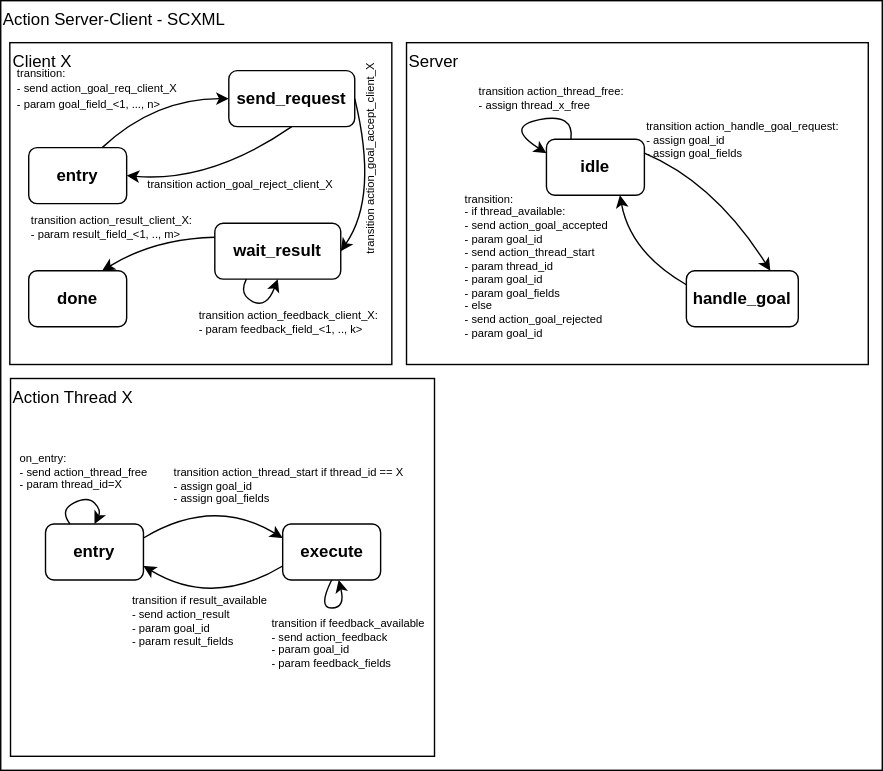
The draw.io diagram docs/source/graphics/ros_action_to_scxml.drawio.svg in convince-project/AS2FM, before a commit. Source tidied: cells renumbered, new cells last; positions are measured from the earlier drawing's top-left corner, leaving out a move shared by most shapes.
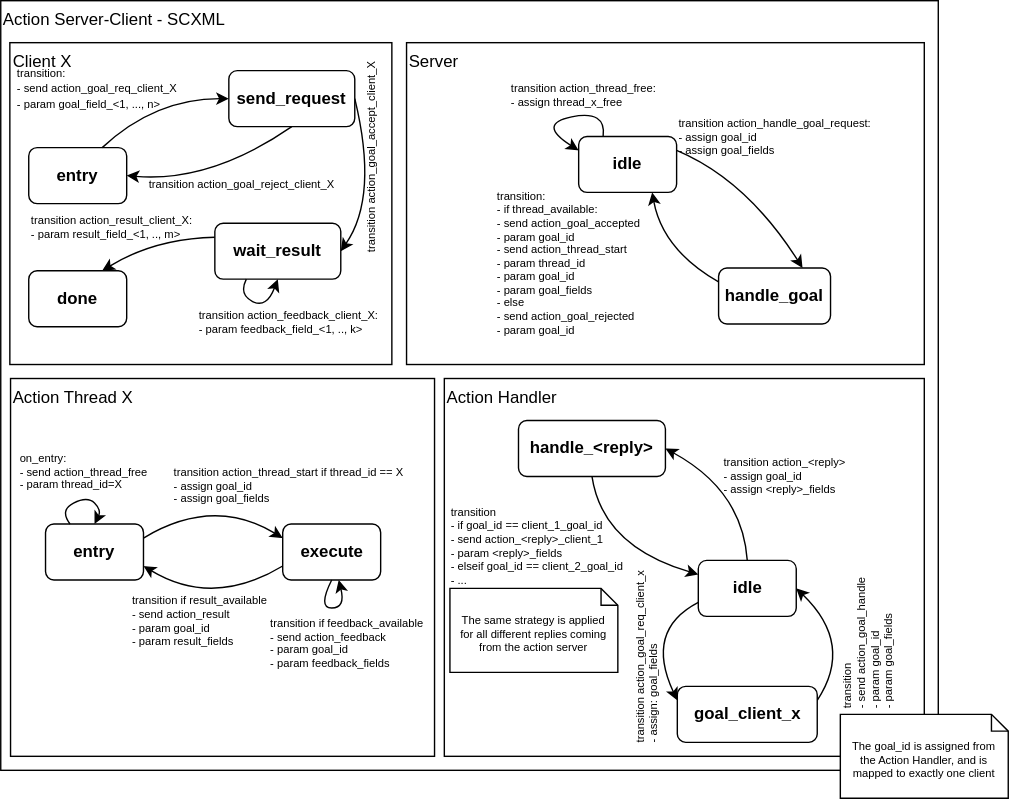
Later version of the same file.

Commit message:
Complete overview of action conversion to plain scxml

What changed in the source:
```diff
@@ -3,12 +3,12 @@
     <mxCell id="0" />
     <mxCell id="1" parent="0" />
     <mxCell id="2" value="Action Server-Client - SCXML" style="rounded=0;whiteSpace=wrap;html=1;labelPosition=center;verticalLabelPosition=middle;align=left;verticalAlign=top;" parent="1" vertex="1">
-      <mxGeometry width="630" height="550" as="geometry" />
+      <mxGeometry width="670" height="550" as="geometry" />
     </mxCell>
     <mxCell id="3" value="Action Thread X" style="rounded=0;whiteSpace=wrap;html=1;labelPosition=center;verticalLabelPosition=middle;align=left;verticalAlign=top;" parent="1" vertex="1">
       <mxGeometry x="7" y="270" width="303" height="270" as="geometry" />
     </mxCell>
-    <mxCell id="4" value="&lt;span style=&quot;&quot;&gt;transition srv_x_req_cllient_2&lt;/span&gt;&lt;br style=&quot;&quot;&gt;&lt;span style=&quot;&quot;&gt;- send srv_x_req&lt;/span&gt;&lt;br style=&quot;&quot;&gt;&lt;div style=&quot;&quot;&gt;&amp;nbsp; - param req_field_&amp;lt;1, ..., n&amp;gt;&lt;/div&gt;" style="edgeStyle=none;curved=1;html=1;exitX=0.75;exitY=0;exitDx=0;exitDy=0;entryX=0.25;entryY=0;entryDx=0;entryDy=0;fontSize=9;align=left;" parent="1" edge="1" target="x">
+    <mxCell id="4" value="&lt;span style=&quot;&quot;&gt;transition srv_x_req_cllient_2&lt;/span&gt;&lt;br style=&quot;&quot;&gt;&lt;span style=&quot;&quot;&gt;- send srv_x_req&lt;/span&gt;&lt;br style=&quot;&quot;&gt;&lt;div style=&quot;&quot;&gt;&amp;nbsp; - param req_field_&amp;lt;1, ..., n&amp;gt;&lt;/div&gt;" style="edgeStyle=none;curved=1;html=1;exitX=0.75;exitY=0;exitDx=0;exitDy=0;entryX=0.25;entryY=0;entryDx=0;entryDy=0;fontSize=9;align=left;" parent="1" edge="1">
       <mxGeometry x="-0.57" y="27" relative="1" as="geometry">
         <mxPoint x="332" y="339" as="sourcePoint" />
         <Array as="points">
@@ -16,7 +16,7 @@
         </Array>
       </mxGeometry>
     </mxCell>
-    <mxCell id="5" value="transition srv_x_req_cllient_1&lt;br&gt;- send srv_x_req&lt;br&gt;&lt;div style=&quot;&quot;&gt;&amp;nbsp; - param req_field_&amp;lt;1, ..., n&amp;gt;&lt;/div&gt;" style="edgeStyle=none;curved=1;html=1;exitX=0.25;exitY=0;exitDx=0;exitDy=0;entryX=0.75;entryY=0;entryDx=0;entryDy=0;fontSize=9;align=left;" parent="1" edge="1" target="x">
+    <mxCell id="5" value="transition srv_x_req_cllient_1&lt;br&gt;- send srv_x_req&lt;br&gt;&lt;div style=&quot;&quot;&gt;&amp;nbsp; - param req_field_&amp;lt;1, ..., n&amp;gt;&lt;/div&gt;" style="edgeStyle=none;curved=1;html=1;exitX=0.25;exitY=0;exitDx=0;exitDy=0;entryX=0.75;entryY=0;entryDx=0;entryDy=0;fontSize=9;align=left;" parent="1" edge="1">
       <mxGeometry x="0.52" y="-26" relative="1" as="geometry">
         <mxPoint x="297" y="339" as="sourcePoint" />
         <Array as="points">
@@ -24,7 +24,7 @@
         </Array>
       </mxGeometry>
     </mxCell>
-    <mxCell id="6" value="&lt;div style=&quot;&quot;&gt;transition srv_x_res&lt;/div&gt;&lt;div style=&quot;&quot;&gt;- send srv_x_res_client_1&lt;/div&gt;&lt;div style=&quot;&quot;&gt;&amp;nbsp; - param res_field_&amp;lt;1, ..., m&amp;gt;&lt;/div&gt;" style="edgeStyle=none;curved=1;html=1;exitX=0.75;exitY=1;exitDx=0;exitDy=0;entryX=0.25;entryY=1;entryDx=0;entryDy=0;fontSize=9;align=left;" parent="1" edge="1" source="x">
+    <mxCell id="6" value="&lt;div style=&quot;&quot;&gt;transition srv_x_res&lt;/div&gt;&lt;div style=&quot;&quot;&gt;- send srv_x_res_client_1&lt;/div&gt;&lt;div style=&quot;&quot;&gt;&amp;nbsp; - param res_field_&amp;lt;1, ..., m&amp;gt;&lt;/div&gt;" style="edgeStyle=none;curved=1;html=1;exitX=0.75;exitY=1;exitDx=0;exitDy=0;entryX=0.25;entryY=1;entryDx=0;entryDy=0;fontSize=9;align=left;" parent="1" edge="1">
       <mxGeometry x="-0.45" y="-27" relative="1" as="geometry">
         <mxPoint x="297" y="379" as="targetPoint" />
         <Array as="points">
@@ -32,7 +32,7 @@
         </Array>
       </mxGeometry>
     </mxCell>
-    <mxCell id="7" value="&lt;div style=&quot;border-color: rgb(0, 0, 0); color: rgb(240, 240, 240); font-family: Helvetica; font-size: 9px; font-style: normal; font-variant-ligatures: normal; font-variant-caps: normal; font-weight: 400; letter-spacing: normal; orphans: 2; text-indent: 0px; text-transform: none; widows: 2; word-spacing: 0px; -webkit-text-stroke-width: 0px; text-decoration-thickness: initial; text-decoration-style: initial; text-decoration-color: initial;&quot;&gt;transition srv_x_res&lt;/div&gt;&lt;div style=&quot;border-color: rgb(0, 0, 0); color: rgb(240, 240, 240); font-family: Helvetica; font-size: 9px; font-style: normal; font-variant-ligatures: normal; font-variant-caps: normal; font-weight: 400; letter-spacing: normal; orphans: 2; text-indent: 0px; text-transform: none; widows: 2; word-spacing: 0px; -webkit-text-stroke-width: 0px; text-decoration-thickness: initial; text-decoration-style: initial; text-decoration-color: initial;&quot;&gt;- send srv_x_res_client_2&lt;/div&gt;&lt;div style=&quot;border-color: rgb(0, 0, 0); color: rgb(240, 240, 240); font-family: Helvetica; font-size: 9px; font-style: normal; font-variant-ligatures: normal; font-variant-caps: normal; font-weight: 400; letter-spacing: normal; orphans: 2; text-indent: 0px; text-transform: none; widows: 2; word-spacing: 0px; -webkit-text-stroke-width: 0px; text-decoration-thickness: initial; text-decoration-style: initial; text-decoration-color: initial;&quot;&gt;&amp;nbsp; - param res_field_&amp;lt;1, ..., m&amp;gt;&lt;/div&gt;" style="edgeStyle=none;curved=1;html=1;exitX=0.25;exitY=1;exitDx=0;exitDy=0;entryX=0.75;entryY=1;entryDx=0;entryDy=0;fontSize=9;align=left;" parent="1" edge="1" source="x">
+    <mxCell id="7" value="&lt;div style=&quot;border-color: rgb(0, 0, 0); color: rgb(240, 240, 240); font-family: Helvetica; font-size: 9px; font-style: normal; font-variant-ligatures: normal; font-variant-caps: normal; font-weight: 400; letter-spacing: normal; orphans: 2; text-indent: 0px; text-transform: none; widows: 2; word-spacing: 0px; -webkit-text-stroke-width: 0px; text-decoration-thickness: initial; text-decoration-style: initial; text-decoration-color: initial;&quot;&gt;transition srv_x_res&lt;/div&gt;&lt;div style=&quot;border-color: rgb(0, 0, 0); color: rgb(240, 240, 240); font-family: Helvetica; font-size: 9px; font-style: normal; font-variant-ligatures: normal; font-variant-caps: normal; font-weight: 400; letter-spacing: normal; orphans: 2; text-indent: 0px; text-transform: none; widows: 2; word-spacing: 0px; -webkit-text-stroke-width: 0px; text-decoration-thickness: initial; text-decoration-style: initial; text-decoration-color: initial;&quot;&gt;- send srv_x_res_client_2&lt;/div&gt;&lt;div style=&quot;border-color: rgb(0, 0, 0); color: rgb(240, 240, 240); font-family: Helvetica; font-size: 9px; font-style: normal; font-variant-ligatures: normal; font-variant-caps: normal; font-weight: 400; letter-spacing: normal; orphans: 2; text-indent: 0px; text-transform: none; widows: 2; word-spacing: 0px; -webkit-text-stroke-width: 0px; text-decoration-thickness: initial; text-decoration-style: initial; text-decoration-color: initial;&quot;&gt;&amp;nbsp; - param res_field_&amp;lt;1, ..., m&amp;gt;&lt;/div&gt;" style="edgeStyle=none;curved=1;html=1;exitX=0.25;exitY=1;exitDx=0;exitDy=0;entryX=0.75;entryY=1;entryDx=0;entryDy=0;fontSize=9;align=left;" parent="1" edge="1">
       <mxGeometry x="0.33" y="21" relative="1" as="geometry">
         <mxPoint x="332" y="379" as="targetPoint" />
         <Array as="points">
@@ -41,18 +41,18 @@
       </mxGeometry>
     </mxCell>
     <mxCell id="8" value="Server" style="rounded=0;whiteSpace=wrap;html=1;labelPosition=center;verticalLabelPosition=middle;align=left;verticalAlign=top;" parent="1" vertex="1">
-      <mxGeometry x="290" y="30" width="330" height="230" as="geometry" />
+      <mxGeometry x="290" y="30" width="370" height="230" as="geometry" />
     </mxCell>
     <mxCell id="9" value="&lt;div style=&quot;text-align: left;&quot;&gt;&lt;span style=&quot;background-color: initial;&quot;&gt;transition action_handle_goal_request:&lt;/span&gt;&lt;/div&gt;&lt;div style=&quot;text-align: left;&quot;&gt;&lt;span style=&quot;background-color: initial;&quot;&gt;&amp;nbsp; - assign goal_id&lt;/span&gt;&lt;/div&gt;&lt;div style=&quot;text-align: left;&quot;&gt;&lt;span style=&quot;background-color: initial;&quot;&gt;&amp;nbsp; - assign goal_fields&lt;/span&gt;&lt;/div&gt;" style="edgeStyle=none;curved=1;html=1;exitX=1;exitY=0.25;exitDx=0;exitDy=0;entryX=0.75;entryY=0;entryDx=0;entryDy=0;labelBackgroundColor=none;fontSize=8;" parent="1" edge="1" source="10" target="24">
       <mxGeometry x="-0.16" y="36" relative="1" as="geometry">
         <Array as="points">
-          <mxPoint x="510" y="130" />
+          <mxPoint x="533" y="128" />
         </Array>
         <mxPoint x="-10" y="-11" as="offset" />
       </mxGeometry>
     </mxCell>
     <mxCell id="10" value="&lt;b&gt;idle&lt;/b&gt;" style="rounded=1;whiteSpace=wrap;html=1;align=center;" parent="1" vertex="1">
-      <mxGeometry x="390" y="99" width="70" height="40" as="geometry" />
+      <mxGeometry x="413" y="97" width="70" height="40" as="geometry" />
     </mxCell>
     <mxCell id="11" value="Client X" style="rounded=0;whiteSpace=wrap;html=1;labelPosition=center;verticalLabelPosition=middle;align=left;verticalAlign=top;" parent="1" vertex="1">
       <mxGeometry x="6.5" y="30" width="273" height="230" as="geometry" />
@@ -115,8 +115,8 @@
     <mxCell id="22" value="transition action_thread_free:&lt;br&gt;&amp;nbsp; - assign thread_x_free" style="edgeStyle=none;curved=1;html=1;exitX=0.25;exitY=0;exitDx=0;exitDy=0;entryX=0;entryY=0.25;entryDx=0;entryDy=0;labelBackgroundColor=none;fontSize=8;align=left;" parent="1" edge="1" source="10" target="10">
       <mxGeometry x="0.33" y="28" relative="1" as="geometry">
         <Array as="points">
-          <mxPoint x="410" y="80" />
-          <mxPoint x="360" y="90" />
+          <mxPoint x="433" y="78" />
+          <mxPoint x="383" y="88" />
         </Array>
         <mxPoint x="-35" y="4" as="offset" />
       </mxGeometry>
@@ -124,12 +124,12 @@
     <mxCell id="23" value="transition:&lt;br&gt;&amp;nbsp; - if thread_available:&lt;br&gt;&amp;nbsp; &amp;nbsp; - send action_goal_accepted&lt;br&gt;&amp;nbsp; &amp;nbsp; &amp;nbsp; - param goal_id&lt;br&gt;&amp;nbsp; &amp;nbsp; - send action_thread_start&lt;br&gt;&amp;nbsp; &amp;nbsp; &amp;nbsp; - param thread_id&lt;br&gt;&amp;nbsp; &amp;nbsp; &amp;nbsp; - param goal_id&lt;br&gt;&amp;nbsp; &amp;nbsp; &amp;nbsp; - param goal_fields&lt;br&gt;&amp;nbsp; - else&lt;br&gt;&amp;nbsp; &amp;nbsp; - send action_goal_rejected&lt;br&gt;&amp;nbsp; &amp;nbsp; &amp;nbsp; - param goal_id" style="edgeStyle=none;curved=1;html=1;exitX=0;exitY=0.25;exitDx=0;exitDy=0;entryX=0.75;entryY=1;entryDx=0;entryDy=0;labelBackgroundColor=none;fontSize=8;align=left;" parent="1" edge="1" source="24" target="10">
       <mxGeometry x="0.32" y="120" relative="1" as="geometry">
         <Array as="points">
-          <mxPoint x="450" y="180" />
+          <mxPoint x="473" y="178" />
         </Array>
       </mxGeometry>
     </mxCell>
     <mxCell id="24" value="&lt;b&gt;handle_goal&lt;/b&gt;" style="rounded=1;whiteSpace=wrap;html=1;align=center;" parent="1" vertex="1">
-      <mxGeometry x="490" y="193" width="80" height="40" as="geometry" />
+      <mxGeometry x="513" y="191" width="80" height="40" as="geometry" />
     </mxCell>
     <mxCell id="25" value="transition action_thread_start if thread_id == X&lt;br&gt;- assign goal_id&lt;br&gt;&lt;div style=&quot;&quot;&gt;- assign goal_fields&lt;/div&gt;" style="edgeStyle=none;curved=1;html=1;exitX=1;exitY=0.25;exitDx=0;exitDy=0;entryX=0;entryY=0.25;entryDx=0;entryDy=0;fontSize=8;align=left;verticalAlign=bottom;" parent="1" edge="1" source="26" target="29">
       <mxGeometry x="-0.53" y="7" relative="1" as="geometry">
@@ -169,5 +169,54 @@
         <mxPoint x="-35" y="-35" as="offset" />
       </mxGeometry>
     </mxCell>
+    <mxCell id="31" value="Action Handler" style="rounded=0;whiteSpace=wrap;html=1;labelPosition=center;verticalLabelPosition=middle;align=left;verticalAlign=top;" parent="1" vertex="1">
+      <mxGeometry x="317" y="270" width="343" height="270" as="geometry" />
+    </mxCell>
+    <mxCell id="32" value="transition&amp;nbsp;action_goal_req_client_x&lt;br style=&quot;font-size: 8px;&quot;&gt;- assign: goal_fields" style="edgeStyle=none;html=1;exitX=0;exitY=0.75;exitDx=0;exitDy=0;entryX=0;entryY=0.25;entryDx=0;entryDy=0;curved=1;align=left;fontSize=8;horizontal=0;" parent="1" edge="1" source="34" target="36">
+      <mxGeometry x="1" y="-38" relative="1" as="geometry">
+        <Array as="points">
+          <mxPoint x="460" y="450" />
+        </Array>
+        <mxPoint x="11" y="14" as="offset" />
+      </mxGeometry>
+    </mxCell>
+    <mxCell id="33" value="&lt;div style=&quot;text-align: left;&quot;&gt;&lt;span style=&quot;background-color: initial;&quot;&gt;transition action_&amp;lt;reply&amp;gt;&lt;/span&gt;&lt;/div&gt;&lt;div style=&quot;text-align: left;&quot;&gt;&lt;span style=&quot;background-color: initial;&quot;&gt;- assign goal_id&lt;/span&gt;&lt;/div&gt;&lt;div style=&quot;text-align: left;&quot;&gt;&lt;span style=&quot;background-color: initial;&quot;&gt;- assign &amp;lt;reply&amp;gt;_fields&lt;/span&gt;&lt;/div&gt;" style="edgeStyle=none;curved=1;html=1;exitX=0.5;exitY=0;exitDx=0;exitDy=0;entryX=1;entryY=0.5;entryDx=0;entryDy=0;labelBackgroundColor=none;fontSize=8;" parent="1" edge="1" source="34" target="39">
+      <mxGeometry x="-0.11" y="-32" relative="1" as="geometry">
+        <Array as="points">
+          <mxPoint x="530" y="350" />
+        </Array>
+        <mxPoint x="15" y="18" as="offset" />
+      </mxGeometry>
+    </mxCell>
+    <mxCell id="34" value="&lt;b&gt;idle&lt;/b&gt;" style="rounded=1;whiteSpace=wrap;html=1;align=center;" parent="1" vertex="1">
+      <mxGeometry x="498.5" y="400" width="70" height="40" as="geometry" />
+    </mxCell>
+    <mxCell id="35" value="&lt;div style=&quot;text-align: left;&quot;&gt;transition&lt;/div&gt;&lt;div style=&quot;text-align: left;&quot;&gt;- send action_goal_handle&lt;/div&gt;&lt;div style=&quot;text-align: left;&quot;&gt;&amp;nbsp; - param goal_id&lt;/div&gt;&lt;div style=&quot;text-align: left;&quot;&gt;&amp;nbsp; - param goal_fields&lt;/div&gt;" style="edgeStyle=none;curved=1;html=1;exitX=1;exitY=0.25;exitDx=0;exitDy=0;entryX=1;entryY=0.5;entryDx=0;entryDy=0;fontSize=8;labelBackgroundColor=none;horizontal=0;" parent="1" edge="1" source="36" target="34">
+      <mxGeometry x="-0.09" y="-10" relative="1" as="geometry">
+        <Array as="points">
+          <mxPoint x="610" y="460" />
+        </Array>
+        <mxPoint x="3" y="7" as="offset" />
+      </mxGeometry>
+    </mxCell>
+    <mxCell id="36" value="&lt;b&gt;goal_client_x&lt;/b&gt;" style="rounded=1;whiteSpace=wrap;html=1;align=center;" parent="1" vertex="1">
+      <mxGeometry x="483.5" y="490" width="100" height="40" as="geometry" />
+    </mxCell>
+    <mxCell id="37" value="The goal_id is assigned from the Action Handler, and is mapped to exactly one client" style="shape=note2;boundedLbl=1;whiteSpace=wrap;html=1;size=12;verticalAlign=top;align=center;fontSize=8;spacingLeft=3;spacingRight=3;" parent="1" vertex="1">
+      <mxGeometry x="600" y="510" width="120" height="60" as="geometry" />
+    </mxCell>
+    <mxCell id="38" value="transition&lt;br&gt;- if goal_id == client_1_goal_id&lt;br&gt;&amp;nbsp; - send action_&amp;lt;reply&amp;gt;_client_1&lt;br&gt;&amp;nbsp; - param &amp;lt;reply&amp;gt;_fields&lt;br&gt;- elseif goal_id == client_2_goal_id&lt;br&gt;&amp;nbsp; - ..." style="edgeStyle=none;curved=1;html=1;exitX=0.5;exitY=1;exitDx=0;exitDy=0;entryX=0;entryY=0.25;entryDx=0;entryDy=0;labelBackgroundColor=none;fontSize=8;align=left;" parent="1" edge="1" source="39" target="34">
+      <mxGeometry x="-0.44" y="-109" relative="1" as="geometry">
+        <Array as="points">
+          <mxPoint x="430" y="390" />
+        </Array>
+      </mxGeometry>
+    </mxCell>
+    <mxCell id="39" value="&lt;b&gt;handle_&amp;lt;reply&amp;gt;&lt;/b&gt;" style="rounded=1;whiteSpace=wrap;html=1;align=center;" parent="1" vertex="1">
+      <mxGeometry x="370" y="300" width="105" height="40" as="geometry" />
+    </mxCell>
+    <mxCell id="40" value="The same strategy is applied for all different replies coming from the action server" style="shape=note2;boundedLbl=1;whiteSpace=wrap;html=1;size=12;verticalAlign=top;align=center;fontSize=8;spacingLeft=3;spacingRight=3;" parent="1" vertex="1">
+      <mxGeometry x="321" y="420" width="120" height="60" as="geometry" />
+    </mxCell>
   </root>
 </mxGraphModel>
```
